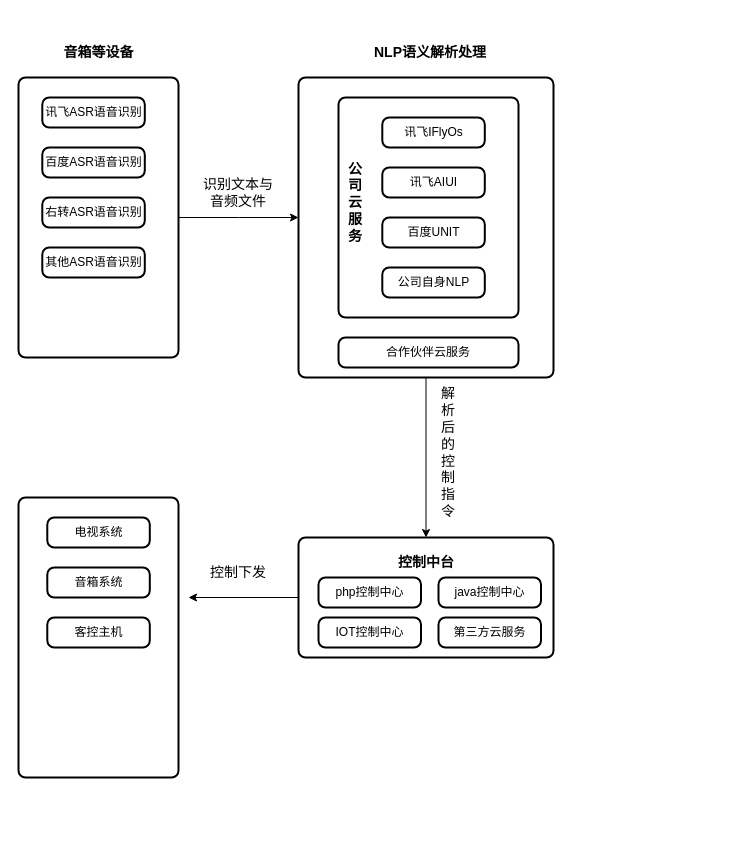
Before: xzzh/音箱4.0AIUI流程图.drawio in daniel-7d/draw, a draw.io diagram. Source tidied: cells renumbered, new cells numbered last; positions are measured from the earlier drawing's top-left corner, leaving out a move shared by most shapes. Both pictures are drawn from the tidied source at 100%, with x=0, y=0 at pixel (18, 37).
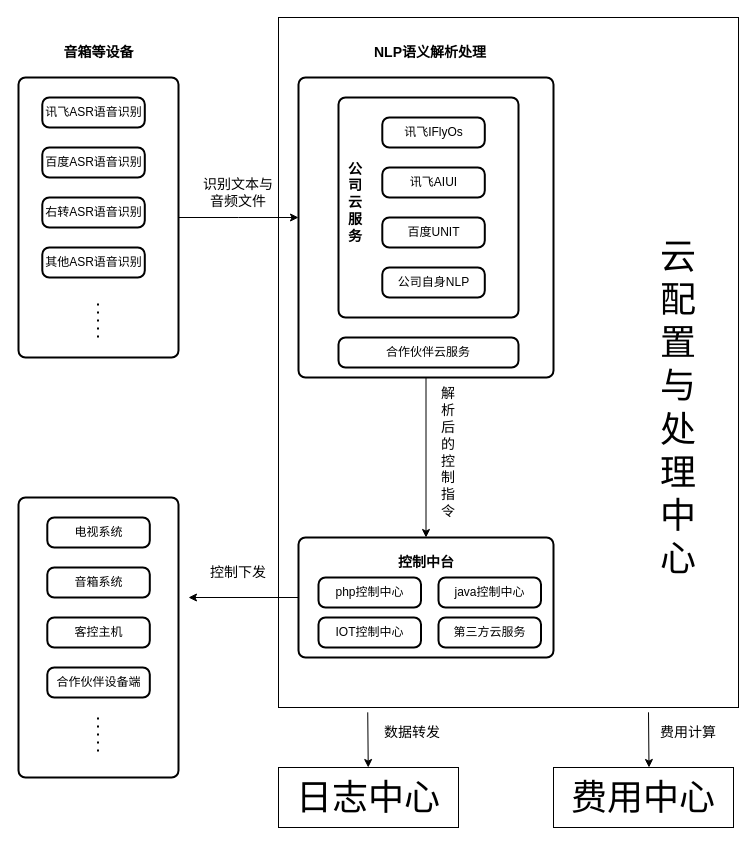
The same page after the edit.

Commit message:
更新音箱4.0AIUI流程图.drawio

Diff of the diagram source:
```diff
@@
+    <mxCell id="33" style="rounded=0;whiteSpace=wrap;html=1;" parent="1" vertex="1">
+      <mxGeometry x="260" y="-20" width="460" height="690" as="geometry" />
+    </mxCell>
@@
+    <mxCell id="34" value="&lt;font style=&quot;font-size: 36px;&quot;&gt;云配置与处理中心&lt;/font&gt;" style="text;html=1;strokeColor=none;fillColor=none;align=center;verticalAlign=middle;whiteSpace=wrap;rounded=0;rotation=0;" parent="1" vertex="1">
+      <mxGeometry x="630" y="210" width="60" height="320" as="geometry" />
+    </mxCell>
+    <mxCell id="35" value="合作伙伴设备端" style="rounded=1;whiteSpace=wrap;html=1;absoluteArcSize=1;arcSize=14;strokeWidth=2;" parent="1" vertex="1">
+      <mxGeometry x="28.8" y="630" width="102.5" height="30" as="geometry" />
+    </mxCell>
+    <mxCell id="36" style="endArrow=none;dashed=1;html=1;dashPattern=1 3;strokeWidth=2;rounded=0;fontSize=36;" parent="1" edge="1">
+      <mxGeometry relative="1" as="geometry">
+        <mxPoint x="79.5" y="300" as="sourcePoint" />
+        <mxPoint x="79.5" y="260" as="targetPoint" />
+      </mxGeometry>
+    </mxCell>
+    <mxCell id="37" style="endArrow=none;dashed=1;html=1;dashPattern=1 3;strokeWidth=2;rounded=0;fontSize=36;" parent="1" edge="1">
+      <mxGeometry relative="1" as="geometry">
+        <mxPoint x="79.5" y="680" as="sourcePoint" />
+        <mxPoint x="79.5" y="720" as="targetPoint" />
+      </mxGeometry>
+    </mxCell>
+    <mxCell id="38" value="日志中心" style="rounded=0;whiteSpace=wrap;html=1;fontSize=36;" parent="1" vertex="1">
+      <mxGeometry x="260" y="730" width="180" height="60" as="geometry" />
+    </mxCell>
+    <mxCell id="39" style="endArrow=classic;html=1;rounded=0;fontSize=36;exitX=0.194;exitY=1.007;exitDx=0;exitDy=0;exitPerimeter=0;" parent="1" edge="1" source="33" target="38">
+      <mxGeometry relative="1" as="geometry" />
+    </mxCell>
+    <mxCell id="40" value="数据转发" style="text;html=1;strokeColor=none;fillColor=none;align=center;verticalAlign=middle;whiteSpace=wrap;rounded=0;fontSize=14;" parent="1" vertex="1">
+      <mxGeometry x="364" y="680" width="60" height="30" as="geometry" />
+    </mxCell>
+    <mxCell id="41" value="费用中心" style="rounded=0;whiteSpace=wrap;html=1;fontSize=36;" parent="1" vertex="1">
+      <mxGeometry x="535" y="730" width="180" height="60" as="geometry" />
+    </mxCell>
+    <mxCell id="42" style="endArrow=classic;html=1;rounded=0;fontSize=36;exitX=0.194;exitY=1.007;exitDx=0;exitDy=0;exitPerimeter=0;" parent="1" edge="1">
+      <mxGeometry relative="1" as="geometry">
+        <mxPoint x="630" y="674.8" as="sourcePoint" />
+        <mxPoint x="630.5" y="730" as="targetPoint" />
+      </mxGeometry>
+    </mxCell>
+    <mxCell id="43" value="费用计算" style="text;html=1;strokeColor=none;fillColor=none;align=center;verticalAlign=middle;whiteSpace=wrap;rounded=0;fontSize=14;" parent="1" vertex="1">
+      <mxGeometry x="640" y="680" width="60" height="30" as="geometry" />
+    </mxCell>
```
